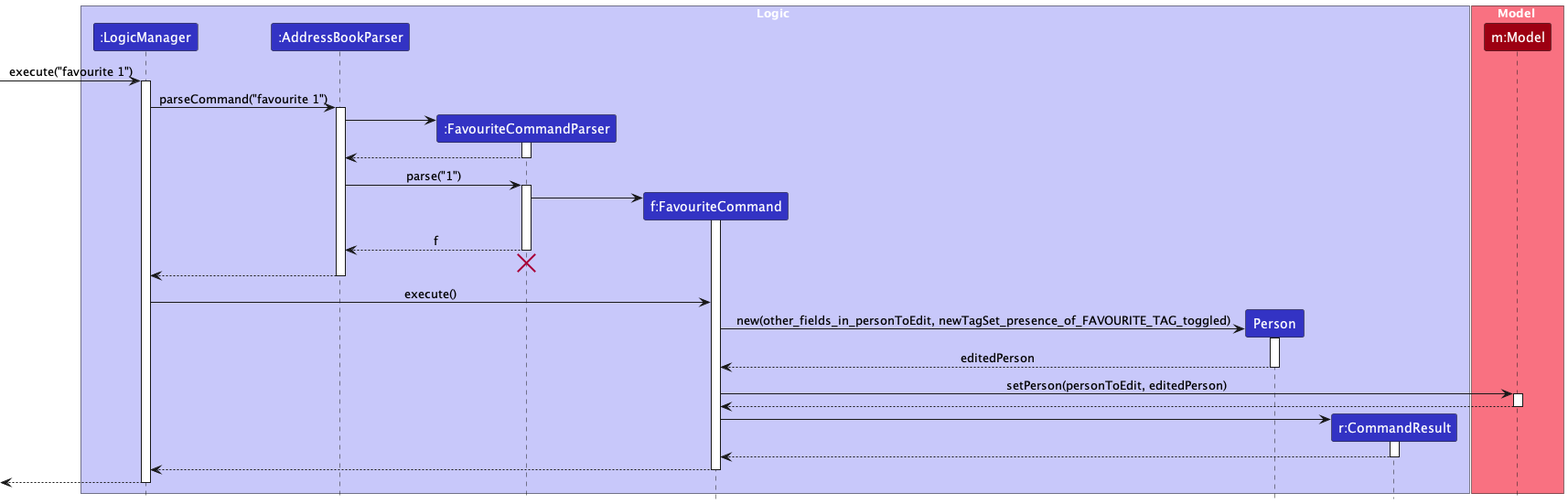
Above: docs/images/FavouriteCommandSequenceDiagram.png in nus-cs2103-AY2425S1/tp (PlantUML), before the change.
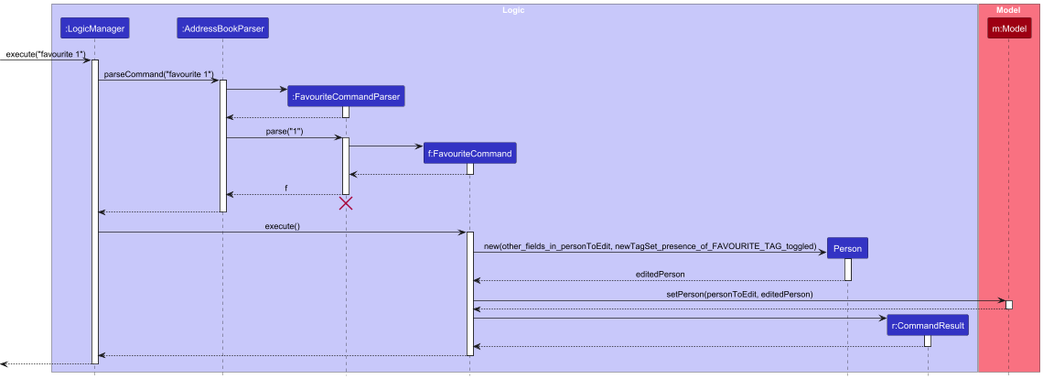
Later version of the same file.

Commit message:
Fix bug in Favourite Command sequence diagram

What changed in the source:
```diff
@@ -36,6 +36,9 @@
 FavouriteCommandParser -> FavouriteCommand
 activate FavouriteCommand
 
+FavouriteCommand --> FavouriteCommandParser
+deactivate FavouriteCommand
+
 FavouriteCommandParser --> AddressBookParser : f
 deactivate FavouriteCommandParser
 
@@ -46,6 +49,7 @@
 deactivate AddressBookParser
 
 LogicManager -> FavouriteCommand : execute()
+activate FavouriteCommand
 
 create Person
 FavouriteCommand -> Person : new(other_fields_in_personToEdit, newTagSet_presence_of_FAVOURITE_TAG_toggled)
```
